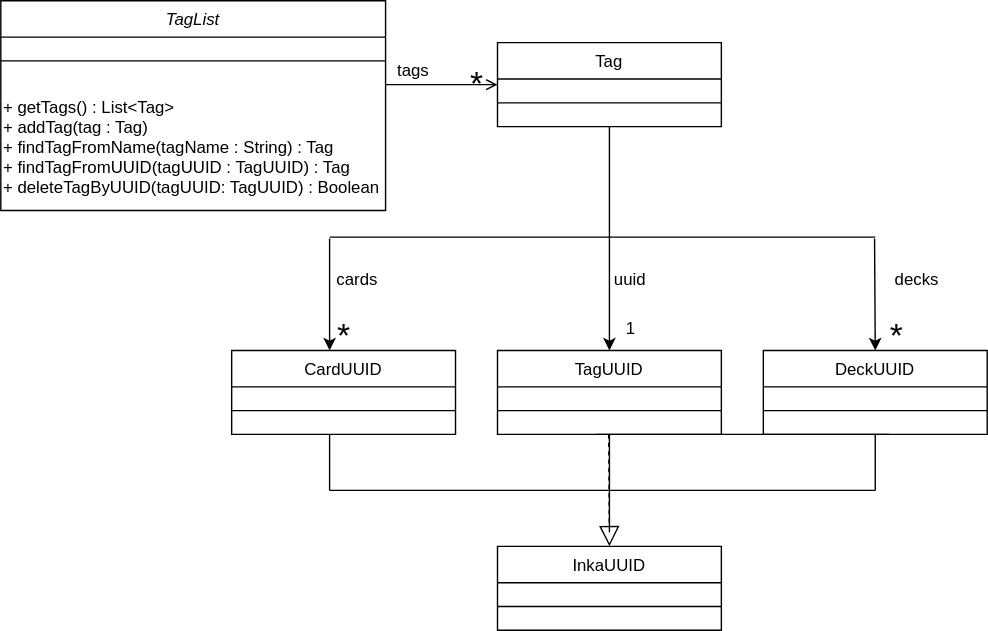
nus-cs2113-AY2223S2/tp keeps this draw.io diagram as docs/img/TagListClass.svg. Above is the earlier version. Source tidied: cells renumbered, new cells last; positions are measured from the earlier drawing's top-left corner, leaving out a move shared by most shapes.
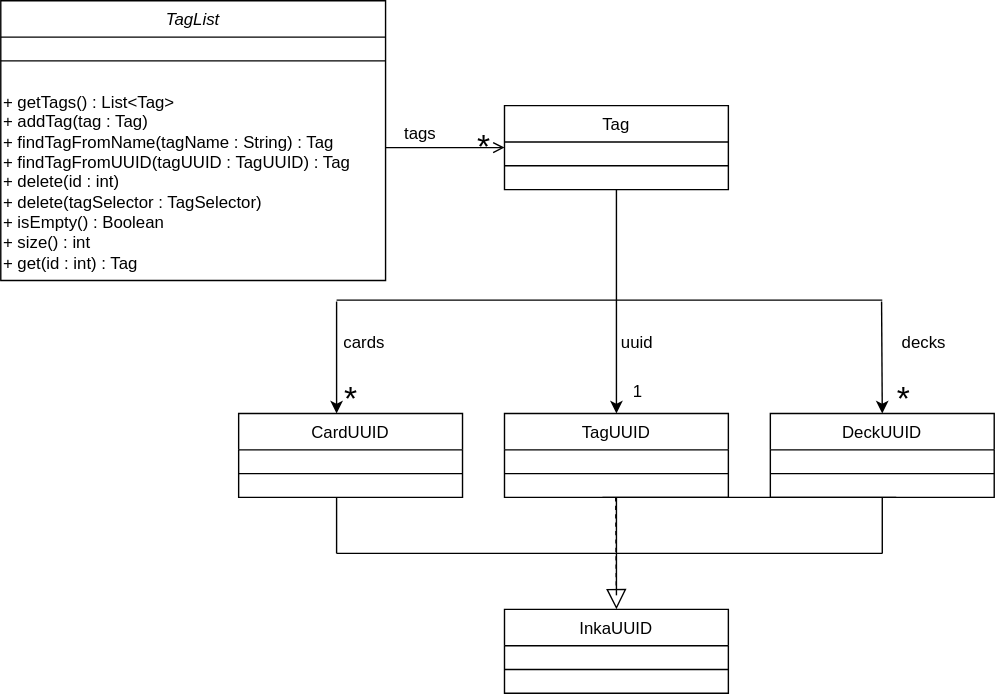
After the commit.

Commit message:
docs : fix class diagrams for tagList and cardList

Diff of the diagram source:
```diff
@@ -3,13 +3,13 @@
     <mxCell id="0" />
     <mxCell id="1" parent="0" />
     <mxCell id="2" value="TagList" style="swimlane;fontStyle=2;align=center;verticalAlign=top;horizontal=1;startSize=26;rounded=0;shadow=0;strokeWidth=1;" parent="1" vertex="1">
-      <mxGeometry width="275" height="150" as="geometry" />
+      <mxGeometry x="-5" y="-45" width="275" height="200" as="geometry" />
     </mxCell>
     <mxCell id="3" style="line;html=1;strokeWidth=1;align=left;verticalAlign=middle;spacingTop=-1;spacingLeft=3;spacingRight=3;labelPosition=right;" parent="2" vertex="1">
       <mxGeometry y="26" width="275" height="34" as="geometry" />
     </mxCell>
-    <mxCell id="4" value="+ getTags() : List&amp;lt;Tag&amp;gt;&lt;br&gt;+ addTag(tag : Tag)&amp;nbsp;&lt;br style=&quot;border-color: var(--border-color);&quot;&gt;+ findTagFromName(tagName : String) : Tag&lt;br&gt;+ findTagFromUUID(tagUUID : TagUUID) : Tag&lt;br&gt;+ deleteTagByUUID(tagUUID: TagUUID) : Boolean" style="text;html=1;align=left;verticalAlign=middle;strokeColor=none;fillColor=none;" parent="2" vertex="1">
-      <mxGeometry y="60" width="275" height="90" as="geometry" />
+    <mxCell id="4" value="+ getTags() : List&amp;lt;Tag&amp;gt;&lt;br&gt;+ addTag(tag : Tag)&amp;nbsp;&lt;br style=&quot;border-color: var(--border-color);&quot;&gt;+ findTagFromName(tagName : String) : Tag&lt;br&gt;+ findTagFromUUID(tagUUID : TagUUID) : Tag&lt;br&gt;+ delete(id : int)&lt;br&gt;+ delete(tagSelector : TagSelector)&lt;br&gt;+ isEmpty() : Boolean&lt;br&gt;+ size() : int&lt;br&gt;+ get(id : int) : Tag" style="text;html=1;align=left;verticalAlign=middle;strokeColor=none;fillColor=none;" parent="2" vertex="1">
+      <mxGeometry y="60" width="275" height="140" as="geometry" />
     </mxCell>
     <mxCell id="5" value="InkaUUID" style="swimlane;fontStyle=0;align=center;verticalAlign=top;horizontal=1;startSize=26;rounded=0;shadow=0;strokeWidth=1;" parent="1" vertex="1">
       <mxGeometry x="355" y="390" width="160" height="60" as="geometry" />
```
